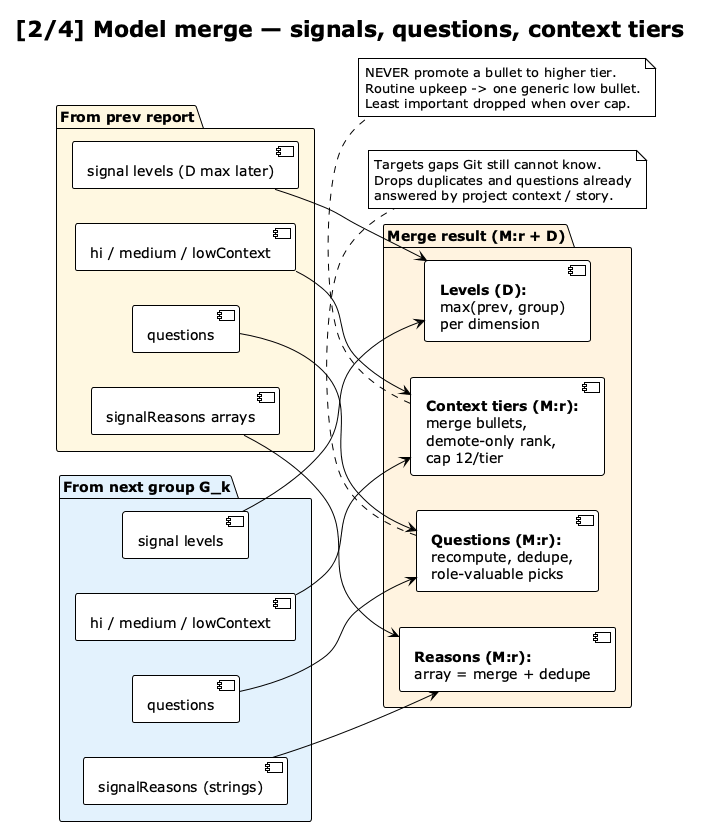
Earlier version of the PlantUML export img/report-merge-model-detail.png (vzakharchenko/dev-workgraph).
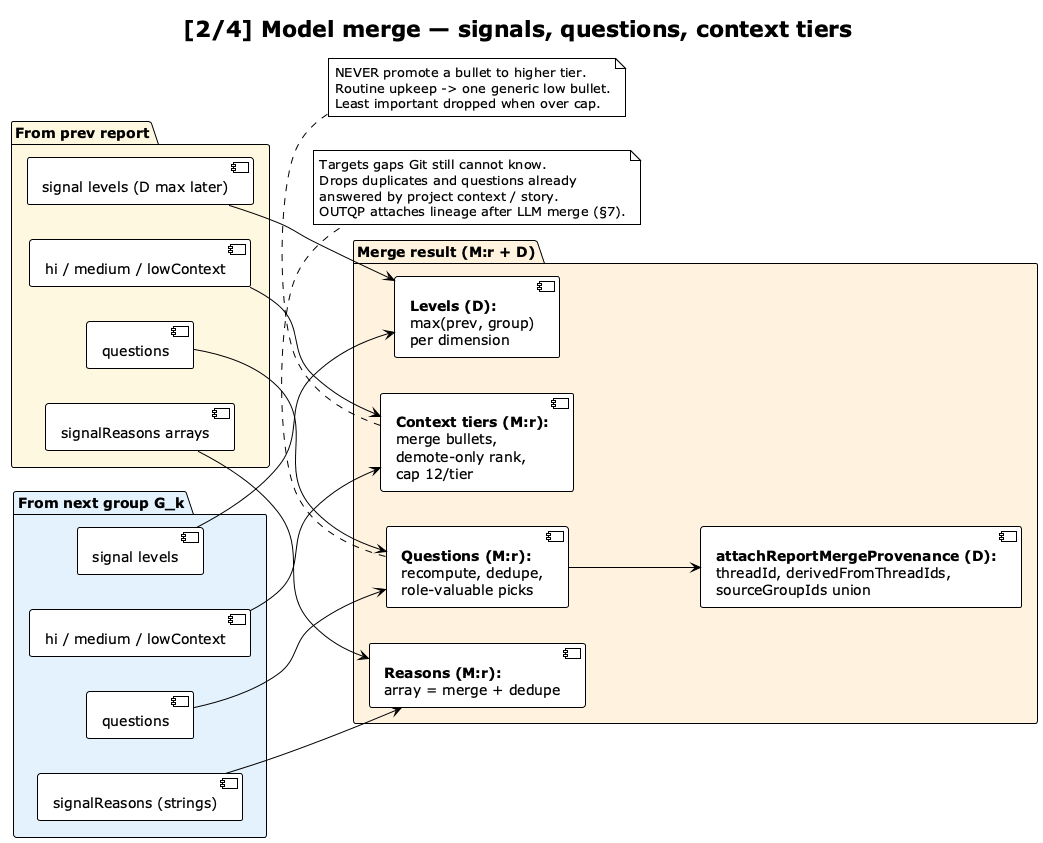
After the change.

Diff of the diagram source:
```diff
@@ -24,6 +24,7 @@
   component "**Levels (D):**\nmax(prev, group)\nper dimension" as OUTS
   component "**Reasons (M:r):**\narray = merge + dedupe" as OUTR
   component "**Questions (M:r):**\nrecompute, dedupe,\nrole-valuable picks" as OUTQ
+  component "**attachReportMergeProvenance (D):**\nthreadId, derivedFromThreadIds,\nsourceGroupIds union" as OUTQP
   component "**Context tiers (M:r):**\nmerge bullets,\ndemote-only rank,\ncap 12/tier" as OUTC
 }
 
@@ -31,6 +32,7 @@
 GR --> OUTR
 PQ --> OUTQ
 GQ --> OUTQ
+OUTQ --> OUTQP
 PC --> OUTC
 GC --> OUTC
 PS --> OUTS
@@ -40,6 +42,7 @@
   Targets gaps Git still cannot know.
   Drops duplicates and questions already
   answered by project context / story.
+  OUTQP attaches lineage after LLM merge (§7).
 end note
 
 note bottom of OUTC
```
